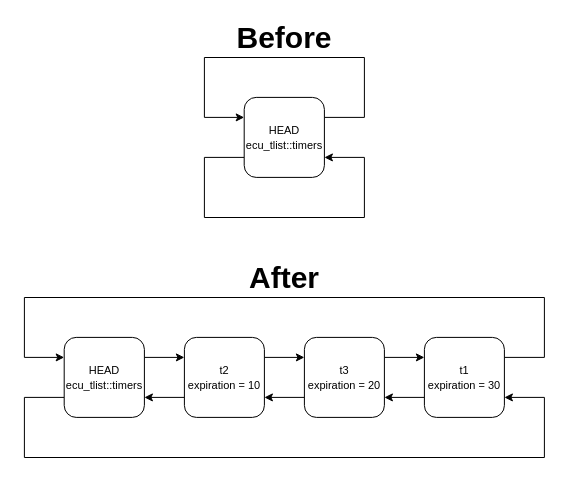
The draw.io diagram page "tlist_timer_order" (1 of 9) of doc/images/timer/timer.drawio in ress059/ecu, before the edit. Source tidied: cells renumbered, new cells numbered last; positions are measured from the earlier drawing's top-left corner, leaving out a move shared by most shapes. Both pictures are drawn from the tidied source at 100%, with x=0, y=0 at pixel (24, 17).
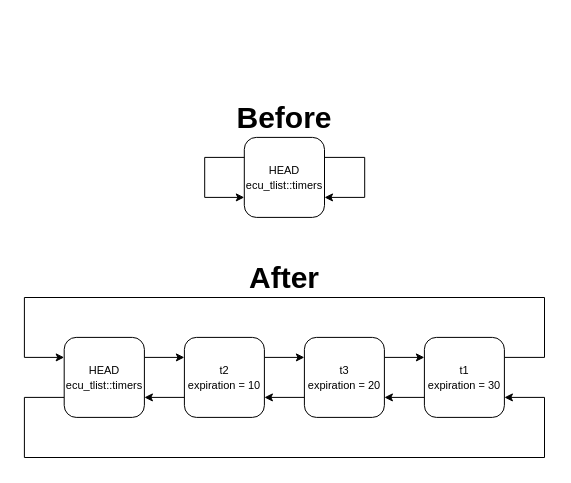
Above is the later version.

Unchanged cells that the change refers to:
```xml
<mxCell id="9" value="&lt;font style=&quot;font-size: 11px;&quot;&gt;HEAD&lt;br&gt;ecu_tlist::timers&lt;/font&gt;" style="rounded=1;whiteSpace=wrap;html=1;" parent="1" vertex="1">
  <mxGeometry x="39.7" y="319.9" width="80.2" height="80" as="geometry" />
</mxCell>
<mxCell id="12" value="&lt;font style=&quot;font-size: 11px;&quot;&gt;t1&lt;br&gt;expiration = 30&lt;/font&gt;" style="rounded=1;whiteSpace=wrap;html=1;" parent="1" vertex="1">
  <mxGeometry x="399.9" y="319.9" width="80" height="80" as="geometry" />
</mxCell>
```

Change to the diagram source:
```diff
@@
-    <mxCell id="2" style="edgeStyle=orthogonalEdgeStyle;rounded=0;orthogonalLoop=1;jettySize=auto;html=1;entryX=0;entryY=0.25;entryDx=0;entryDy=0;exitX=1;exitY=0.25;exitDx=0;exitDy=0;" parent="1" edge="1" source="4" target="4">
-      <mxGeometry relative="1" as="geometry">
-        <Array as="points">
-          <mxPoint x="339.9" y="100" />
-          <mxPoint x="339.9" y="40" />
-          <mxPoint x="179.9" y="40" />
-          <mxPoint x="179.9" y="100" />
-        </Array>
-      </mxGeometry>
-    </mxCell>
-    <mxCell id="3" style="edgeStyle=orthogonalEdgeStyle;rounded=0;orthogonalLoop=1;jettySize=auto;html=1;exitX=0;exitY=0.75;exitDx=0;exitDy=0;entryX=1;entryY=0.75;entryDx=0;entryDy=0;" parent="1" edge="1" source="4" target="4">
-      <mxGeometry relative="1" as="geometry">
-        <Array as="points">
-          <mxPoint x="179.9" y="140" />
-          <mxPoint x="179.9" y="200" />
-          <mxPoint x="339.9" y="200" />
-          <mxPoint x="339.9" y="140" />
-        </Array>
-      </mxGeometry>
-    </mxCell>
     <mxCell id="4" value="&lt;font style=&quot;font-size: 11px;&quot;&gt;HEAD&lt;br&gt;ecu_tlist::timers&lt;/font&gt;" style="rounded=1;whiteSpace=wrap;html=1;" parent="1" vertex="1">
-      <mxGeometry x="219.7" y="79.9" width="80.2" height="80" as="geometry" />
+      <mxGeometry x="219.8" y="119.9" width="80.2" height="80" as="geometry" />
     </mxCell>
     <mxCell id="5" value="&lt;b&gt;&lt;font style=&quot;font-size: 30px;&quot;&gt;Before&lt;/font&gt;&lt;/b&gt;" style="text;html=1;strokeColor=none;fillColor=none;align=center;verticalAlign=middle;whiteSpace=wrap;rounded=0;" parent="1" vertex="1">
-      <mxGeometry x="199.8" width="120" height="40" as="geometry" />
+      <mxGeometry x="199.9" y="79.9" width="120" height="40" as="geometry" />
     </mxCell>
     <mxCell id="6" style="edgeStyle=orthogonalEdgeStyle;rounded=0;jettySize=auto;html=1;entryX=0;entryY=0.25;entryDx=0;entryDy=0;exitX=1;exitY=0.25;exitDx=0;exitDy=0;" parent="1" edge="1" source="12" target="9">
       <mxGeometry relative="1" as="geometry">
         <Array as="points">
-          <mxPoint x="519.9" y="340" />
-          <mxPoint x="519.9" y="280" />
+          <mxPoint x="520" y="340" />
+          <mxPoint x="520" y="280" />
           <mxPoint x="-0.1" y="280" />
           <mxPoint x="-0.1" y="340" />
         </Array>
       </mxGeometry>
     </mxCell>
     <mxCell id="7" style="edgeStyle=orthogonalEdgeStyle;rounded=0;jettySize=auto;html=1;exitX=0;exitY=0.75;exitDx=0;exitDy=0;entryX=1;entryY=0.75;entryDx=0;entryDy=0;" parent="1" edge="1" source="9" target="12">
       <mxGeometry relative="1" as="geometry">
         <Array as="points">
           <mxPoint x="-0.1" y="380" />
           <mxPoint x="-0.1" y="440" />
-          <mxPoint x="519.9" y="440" />
-          <mxPoint x="519.9" y="380" />
+          <mxPoint x="520" y="440" />
+          <mxPoint x="520" y="380" />
         </Array>
       </mxGeometry>
     </mxCell>
@@
+    <mxCell id="19" style="edgeStyle=orthogonalEdgeStyle;rounded=0;orthogonalLoop=1;jettySize=auto;html=1;exitX=0;exitY=0.25;exitDx=0;exitDy=0;entryX=0;entryY=0.75;entryDx=0;entryDy=0;" parent="1" edge="1" source="4" target="4">
+      <mxGeometry relative="1" as="geometry">
+        <Array as="points">
+          <mxPoint x="180.2" y="140" />
+          <mxPoint x="180.2" y="180" />
+        </Array>
+      </mxGeometry>
+    </mxCell>
+    <mxCell id="20" style="edgeStyle=orthogonalEdgeStyle;rounded=0;orthogonalLoop=1;jettySize=auto;html=1;exitX=1;exitY=0.25;exitDx=0;exitDy=0;entryX=1;entryY=0.75;entryDx=0;entryDy=0;" parent="1" edge="1" source="4" target="4">
+      <mxGeometry relative="1" as="geometry">
+        <Array as="points">
+          <mxPoint x="340.2" y="140" />
+          <mxPoint x="340.2" y="180" />
+        </Array>
+      </mxGeometry>
+    </mxCell>
```
